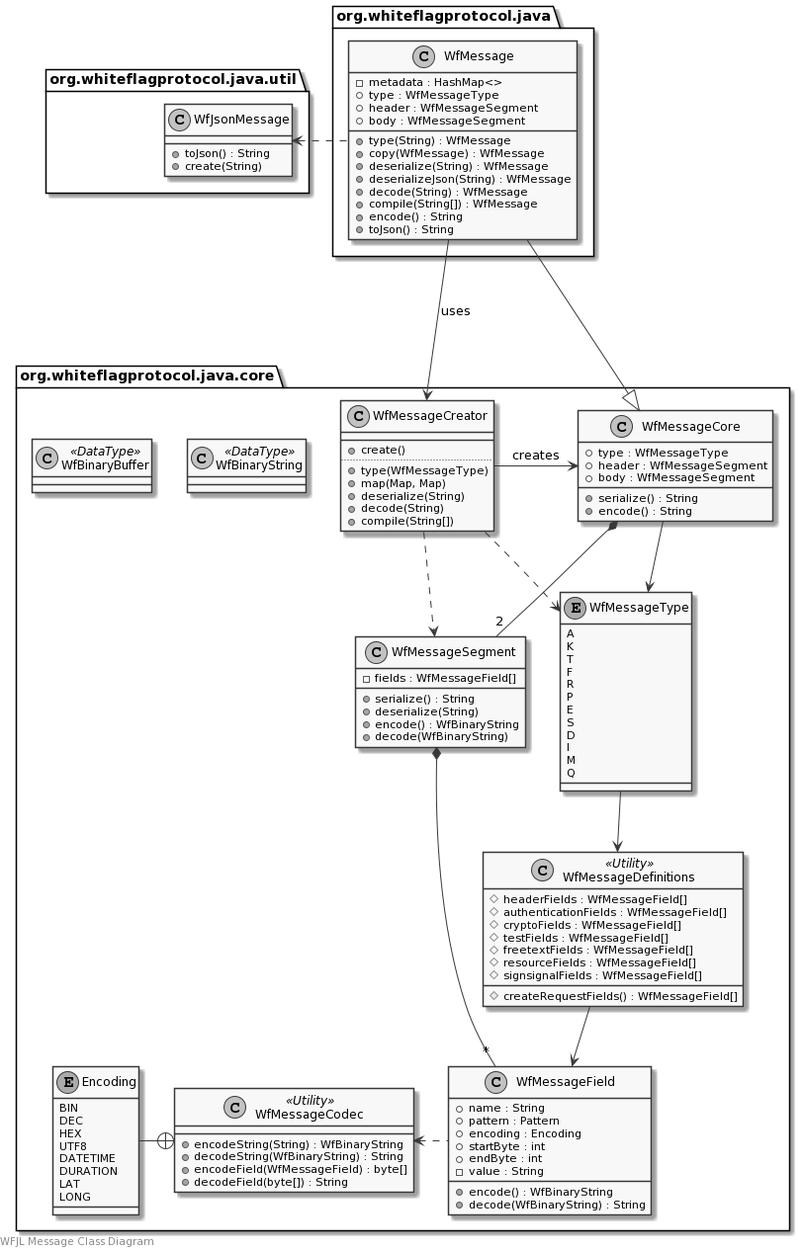
WhiteflagProtocol/whiteflag-java keeps this PlantUML diagram as docs/uml/messages.png. Above is the earlier version. Its diagram source:
```plantuml
@startuml
skinparam monochrome true

left footer WFJL Message Class Diagram

package org.whiteflagprotocol.java.core {
    class WfMessageCore {
        +type : WfMessageType
        +header : WfMessageSegment
        +body : WfMessageSegment
        +serialize() : String
        +encode() : String
    }
    class WfMessageSegment {
        -fields : WfMessageField[]
        +serialize() : String
        +deserialize(String)
        +encode() : WfBinaryString
        +decode(WfBinaryString)
    }
    class WfMessageField {
        +name : String
        +pattern : Pattern
        +encoding : Encoding
        +startByte : int
        +endByte : int
        -value : String
        +encode() : WfBinaryString
        +decode(WfBinaryString) : String
    }
    class WfMessageCreator {
        __
        +create()
        ..
        +type(WfMessageType)
        +map(Map, Map)
        +deserialize(String)
        +decode(String)
        +compile(String[])
    }
    enum WfMessageType {
        A
        K
        T
        F
        R
        P
        E
        S
        D
        I
        M
        Q
    }
    class WfMessageDefinitions <<Utility>> {
        #headerFields : WfMessageField[]
        #authenticationFields : WfMessageField[]
        #cryptoFields : WfMessageField[]
        #testFields : WfMessageField[]
        #freetextFields : WfMessageField[]
        #resourceFields : WfMessageField[]
        #signsignalFields : WfMessageField[]
        #createRequestFields() : WfMessageField[]
    }
    class WfMessageCodec <<Utility>> {
        +encodeString(String) : WfBinaryString
        +decodeString(WfBinaryString) : String
        +encodeField(WfMessageField) : byte[]
        +decodeField(byte[]) : String
    }
    enum Encoding {
        BIN
        DEC
        HEX
        UTF8
        DATETIME
        DURATION
        LAT
        LONG
    }
    class WfBinaryString <<DataType>>
    class WfBinaryBuffer <<DataType>>
}

package org.whiteflagprotocol.java.util {
    class WfJsonMessage {
        +toJson() : String
        +create(String)
    }
}

package org.whiteflagprotocol.java {
    class WfMessage {
        -metadata : HashMap<>
        +type : WfMessageType
        +header : WfMessageSegment
        +body : WfMessageSegment
        +type(String) : WfMessage
        +copy(WfMessage) : WfMessage
        +deserialize(String) : WfMessage
        +deserializeJson(String) : WfMessage
        +decode(String) : WfMessage
        +compile(String[]) : WfMessage
        +encode() : String
        +toJson() : String
    }
}

WfJsonMessage <. WfMessage

WfMessage --|> WfMessageCore
WfMessage ---> WfMessageCreator: uses

WfMessageCore --> WfMessageType
WfMessageCore *-- "2" WfMessageSegment
WfMessageSegment *-- "*" WfMessageField
WfMessageCodec <. WfMessageField
Encoding -+ WfMessageCodec

WfMessageCreator -> WfMessageCore: creates
WfMessageCreator ..> WfMessageType
WfMessageCreator ..> WfMessageSegment

WfMessageType --> WfMessageDefinitions
WfMessageDefinitions --> WfMessageField
@enduml
```
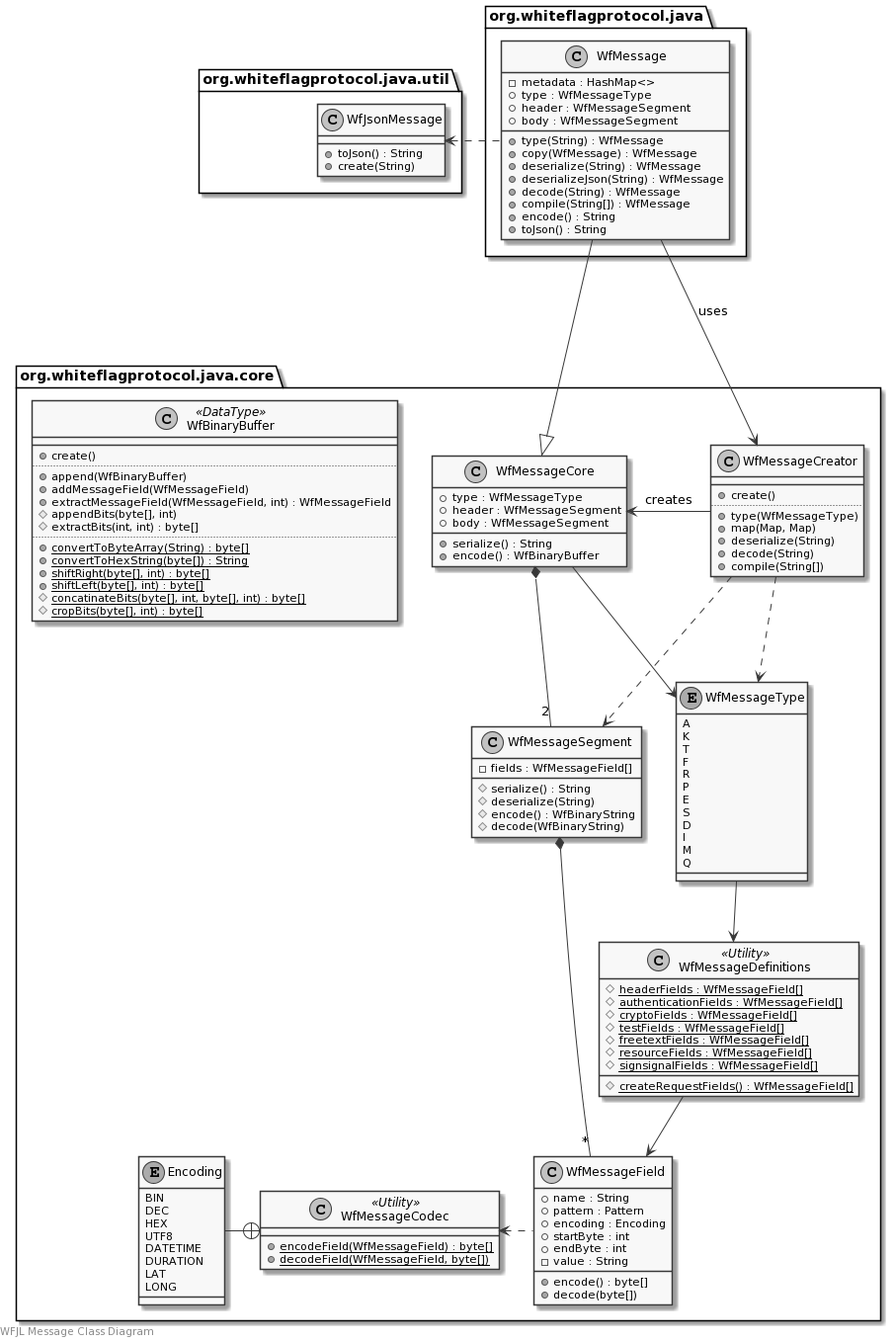
After the change.

The edit, as a diff of the source:
```diff
@@ -9,14 +9,14 @@
         +header : WfMessageSegment
         +body : WfMessageSegment
         +serialize() : String
-        +encode() : String
+        +encode() : WfBinaryBuffer
     }
     class WfMessageSegment {
         -fields : WfMessageField[]
-        +serialize() : String
-        +deserialize(String)
-        +encode() : WfBinaryString
-        +decode(WfBinaryString)
+        #serialize() : String
+        #deserialize(String)
+        #encode() : WfBinaryString
+        #decode(WfBinaryString)
     }
     class WfMessageField {
         +name : String
@@ -25,8 +25,8 @@
         +startByte : int
         +endByte : int
         -value : String
-        +encode() : WfBinaryString
-        +decode(WfBinaryString) : String
+        +encode() : byte[]
+        +decode(byte[])
     }
     class WfMessageCreator {
         __
@@ -53,20 +53,18 @@
         Q
     }
     class WfMessageDefinitions <<Utility>> {
-        #headerFields : WfMessageField[]
-        #authenticationFields : WfMessageField[]
-        #cryptoFields : WfMessageField[]
-        #testFields : WfMessageField[]
-        #freetextFields : WfMessageField[]
-        #resourceFields : WfMessageField[]
-        #signsignalFields : WfMessageField[]
-        #createRequestFields() : WfMessageField[]
+        {static} #headerFields : WfMessageField[]
+        {static} #authenticationFields : WfMessageField[]
+        {static} #cryptoFields : WfMessageField[]
+        {static} #testFields : WfMessageField[]
+        {static} #freetextFields : WfMessageField[]
+        {static} #resourceFields : WfMessageField[]
+        {static} #signsignalFields : WfMessageField[]
+        {static} #createRequestFields() : WfMessageField[]
     }
     class WfMessageCodec <<Utility>> {
-        +encodeString(String) : WfBinaryString
-        +decodeString(WfBinaryString) : String
-        +encodeField(WfMessageField) : byte[]
-        +decodeField(byte[]) : String
+        {static} +encodeField(WfMessageField) : byte[]
+        {static} +decodeField(WfMessageField, byte[])
     }
     enum Encoding {
         BIN
@@ -78,8 +76,23 @@
         LAT
         LONG
     }
-    class WfBinaryString <<DataType>>
-    class WfBinaryBuffer <<DataType>>
+    class WfBinaryBuffer <<DataType>> {
+        __
+        +create()
+        ..
+        +append(WfBinaryBuffer)
+        +addMessageField(WfMessageField)
+        +extractMessageField(WfMessageField, int) : WfMessageField
+        #appendBits(byte[], int)
+        #extractBits(int, int) : byte[]
+        ..
+        {static} +convertToByteArray(String) : byte[]
+        {static} +convertToHexString(byte[]) : String
+        {static} +shiftRight(byte[], int) : byte[]
+        {static} +shiftLeft(byte[], int) : byte[]
+        {static} #concatinateBits(byte[], int, byte[], int) : byte[]
+        {static} #cropBits(byte[], int) : byte[]
+    }
 }
 
 package org.whiteflagprotocol.java.util {
@@ -117,7 +130,7 @@
 WfMessageCodec <. WfMessageField
 Encoding -+ WfMessageCodec
 
-WfMessageCreator -> WfMessageCore: creates
+WfMessageCore <- WfMessageCreator: creates
 WfMessageCreator ..> WfMessageType
 WfMessageCreator ..> WfMessageSegment
 
```
